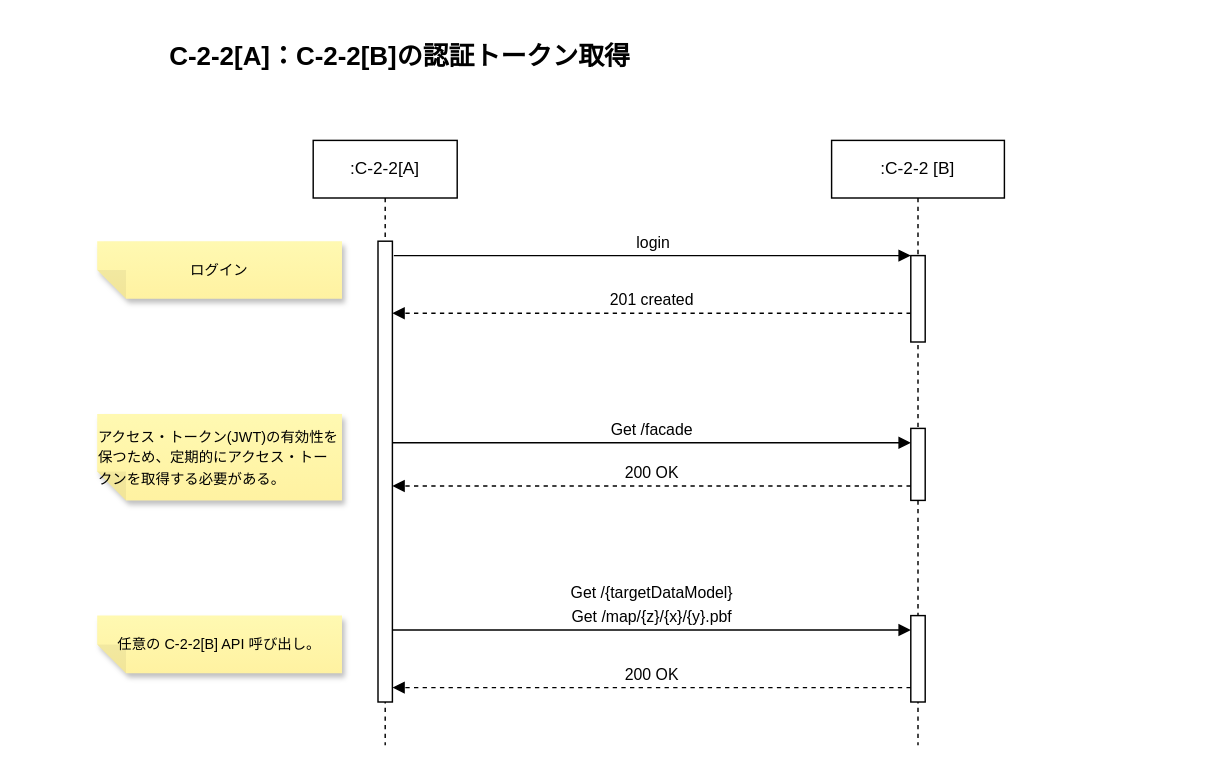
The draw.io diagram page "[A]-[B]間認証" (4 of 4) of models/access-scheme.drawio in Sportacandy/C-2-2API, before the edit. Source tidied: cells renumbered, new cells numbered last; positions are measured from the earlier drawing's top-left corner, leaving out a move shared by most shapes. Both pictures are drawn from the tidied source at 144%, with x=0, y=0 at pixel (24, 24).
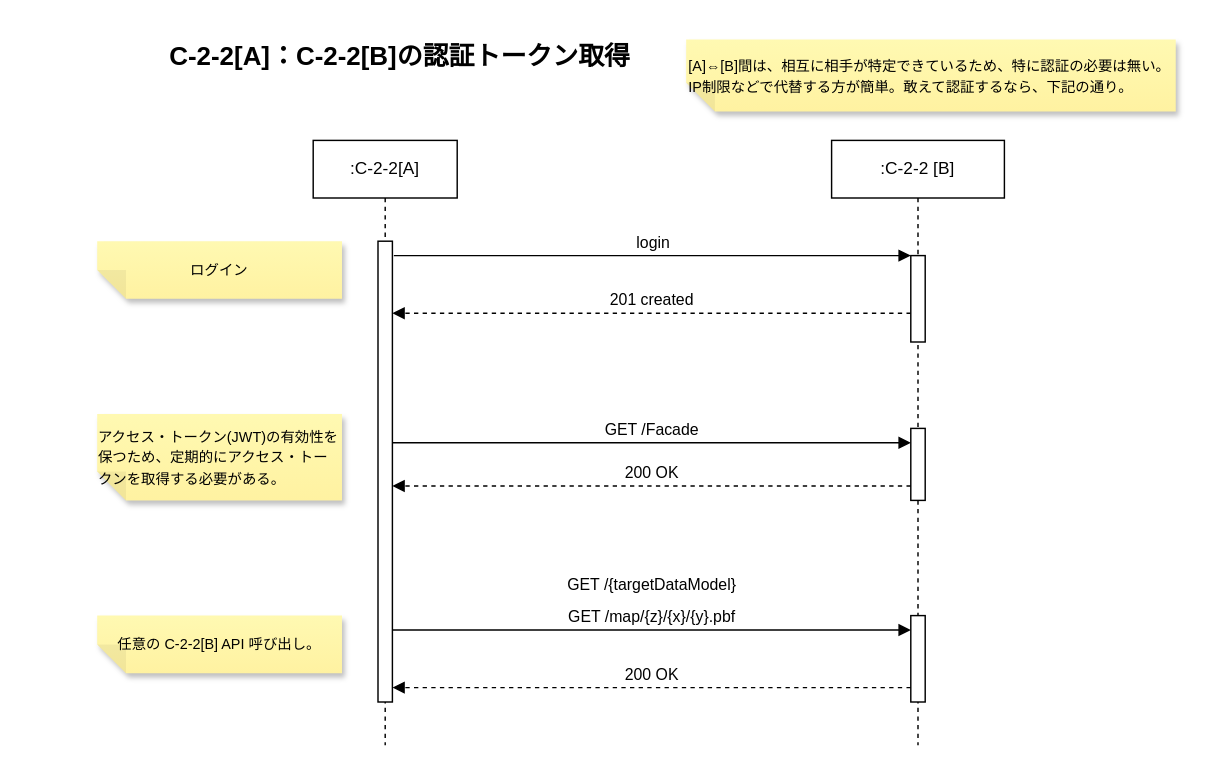
The same diagram, later.

The change refers to these unchanged cells:
```xml
<mxCell id="3" style="html=1;points=[];perimeter=orthogonalPerimeter;outlineConnect=0;targetShapes=umlLifeline;portConstraint=eastwest;newEdgeStyle={&quot;edgeStyle&quot;:&quot;elbowEdgeStyle&quot;,&quot;elbow&quot;:&quot;vertical&quot;,&quot;curved&quot;:0,&quot;rounded&quot;:0};" parent="2" vertex="1">
  <mxGeometry x="45" y="70" width="10" height="320" as="geometry" />
</mxCell>
<mxCell id="7" style="html=1;points=[];perimeter=orthogonalPerimeter;outlineConnect=0;targetShapes=umlLifeline;portConstraint=eastwest;newEdgeStyle={&quot;edgeStyle&quot;:&quot;elbowEdgeStyle&quot;,&quot;elbow&quot;:&quot;vertical&quot;,&quot;curved&quot;:0,&quot;rounded&quot;:0};" parent="6" vertex="1">
  <mxGeometry x="55" y="200" width="10" height="50" as="geometry" />
</mxCell>
<mxCell id="8" style="html=1;points=[];perimeter=orthogonalPerimeter;outlineConnect=0;targetShapes=umlLifeline;portConstraint=eastwest;newEdgeStyle={&quot;edgeStyle&quot;:&quot;elbowEdgeStyle&quot;,&quot;elbow&quot;:&quot;vertical&quot;,&quot;curved&quot;:0,&quot;rounded&quot;:0};" parent="6" vertex="1">
  <mxGeometry x="55" y="330" width="10" height="60" as="geometry" />
</mxCell>
```

What changed in the source:
```diff
@@
-    <mxCell id="10" value="Get /facade" style="html=1;verticalAlign=bottom;endArrow=block;edgeStyle=elbowEdgeStyle;elbow=horizontal;curved=0;rounded=0;" parent="1" edge="1" source="3" target="7">
+    <mxCell id="10" value="GET /Facade" style="html=1;verticalAlign=bottom;endArrow=block;edgeStyle=elbowEdgeStyle;elbow=horizontal;curved=0;rounded=0;" parent="1" edge="1" source="3" target="7">
       <mxGeometry relative="1" as="geometry">
         <Array as="points">
           <mxPoint x="520" y="290" />
         </Array>
       </mxGeometry>
     </mxCell>
@@
-    <mxCell id="14" value="Get /map/{z}/{x}/{y}.pbf" style="html=1;verticalAlign=bottom;endArrow=block;edgeStyle=elbowEdgeStyle;elbow=horizontal;curved=0;rounded=0;" parent="1" edge="1" target="8">
+    <mxCell id="14" value="GET /map/{z}/{x}/{y}.pbf" style="html=1;verticalAlign=bottom;endArrow=block;edgeStyle=elbowEdgeStyle;elbow=horizontal;curved=0;rounded=0;" parent="1" edge="1" target="8">
       <mxGeometry relative="1" as="geometry">
         <mxPoint x="255" y="420" as="sourcePoint" />
         <Array as="points">
           <mxPoint x="335" y="420" />
         </Array>
       </mxGeometry>
     </mxCell>
@@
-    <mxCell id="18" value="&lt;font style=&quot;font-size: 11px; font-weight: normal;&quot;&gt;Get /{targetDataModel}&lt;/font&gt;" style="text;strokeColor=none;fillColor=none;html=1;fontSize=24;fontStyle=1;verticalAlign=middle;align=center;" parent="1" vertex="1">
-      <mxGeometry x="360" y="370" width="150" height="40" as="geometry" />
+    <mxCell id="18" value="&lt;font style=&quot;font-size: 11px; font-weight: normal;&quot;&gt;GET /{targetDataModel}&lt;/font&gt;" style="text;strokeColor=none;fillColor=none;html=1;fontSize=24;fontStyle=1;verticalAlign=middle;align=center;" parent="1" vertex="1">
+      <mxGeometry x="360" y="370" width="150" height="30" as="geometry" />
     </mxCell>
+    <mxCell id="19" value="&lt;div style=&quot;&quot;&gt;&lt;span style=&quot;font-size: 10px;&quot;&gt;[A]⇔[B]間は、相互に相手が特定できているため、特に認証の必要は無い。&lt;/span&gt;&lt;/div&gt;&lt;div style=&quot;&quot;&gt;&lt;span style=&quot;font-size: 10px;&quot;&gt;IP制限などで代替する方が簡単。敢えて認証するなら、下記の通り。&lt;/span&gt;&lt;/div&gt;" style="shape=note;whiteSpace=wrap;html=1;backgroundOutline=1;fontColor=#000000;darkOpacity=0.05;fillColor=#FFF9B2;strokeColor=none;fillStyle=solid;direction=west;gradientDirection=north;gradientColor=#FFF2A1;shadow=1;size=20;align=left;" parent="1" vertex="1">
+      <mxGeometry x="459" y="10" width="340" height="50" as="geometry" />
+    </mxCell>
```
